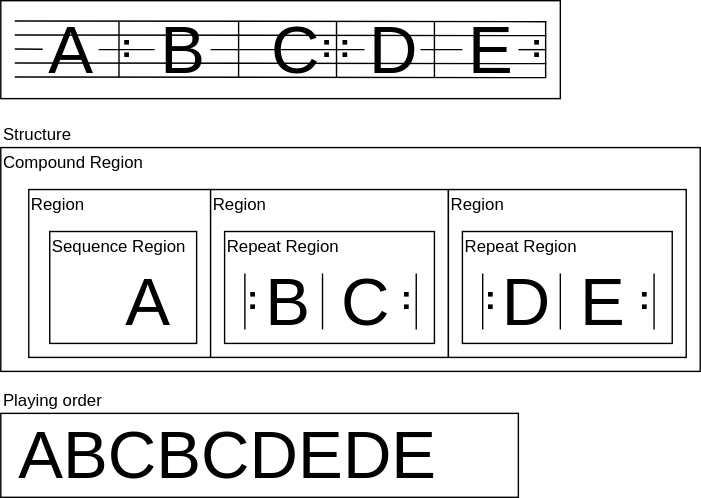
This is docs/repeat/example04.drawio.svg from ruimo/klavier-core, a draw.io export, as it was before one commit. Source tidied: cells renumbered, new cells last; positions are measured from the earlier drawing's top-left corner, leaving out a move shared by most shapes.
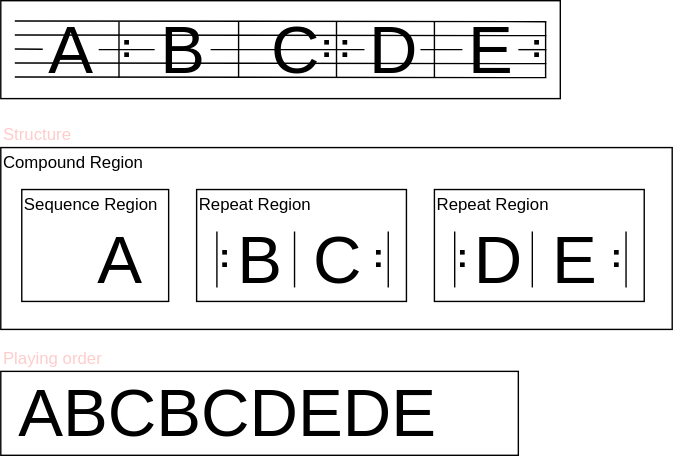
The same diagram one commit later.

Diff of the diagram source:
```diff
@@ -3,11 +3,8 @@
     <mxCell id="0" />
     <mxCell id="1" parent="0" />
     <mxCell id="2" style="rounded=0;whiteSpace=wrap;html=1;" parent="1" vertex="1">
-      <mxGeometry y="105" width="500" height="160" as="geometry" />
+      <mxGeometry y="105" width="480" height="130" as="geometry" />
     </mxCell>
-    <mxCell id="3" style="rounded=0;whiteSpace=wrap;html=1;" parent="1" vertex="1">
-      <mxGeometry x="20" y="135" width="130" height="120" as="geometry" />
-    </mxCell>
     <mxCell id="4" style="rounded=0;whiteSpace=wrap;html=1;" parent="1" vertex="1">
       <mxGeometry width="400" height="70" as="geometry" />
     </mxCell>
@@ -55,13 +52,13 @@
       </mxGeometry>
     </mxCell>
     <mxCell id="13" style="rounded=0;whiteSpace=wrap;html=1;" parent="1" vertex="1">
-      <mxGeometry x="35" y="165" width="105" height="80" as="geometry" />
+      <mxGeometry x="15" y="135" width="105" height="80" as="geometry" />
     </mxCell>
     <mxCell id="14" value="Sequence Region" style="text;html=1;strokeColor=none;fillColor=none;align=left;verticalAlign=middle;whiteSpace=wrap;rounded=0;" parent="1" vertex="1">
-      <mxGeometry x="35" y="165" width="105" height="20" as="geometry" />
+      <mxGeometry x="15" y="135" width="105" height="20" as="geometry" />
     </mxCell>
     <mxCell id="15" value="&lt;font style=&quot;font-size: 48px&quot;&gt;A&lt;/font&gt;" style="text;html=1;strokeColor=none;fillColor=none;align=center;verticalAlign=middle;whiteSpace=wrap;rounded=0;" parent="1" vertex="1">
-      <mxGeometry x="85" y="205" width="40" height="20" as="geometry" />
+      <mxGeometry x="65" y="175" width="40" height="20" as="geometry" />
     </mxCell>
     <mxCell id="16" value="&lt;font style=&quot;font-size: 48px&quot;&gt;B&lt;/font&gt;" style="text;html=1;strokeColor=none;fillColor=none;align=center;verticalAlign=middle;whiteSpace=wrap;rounded=0;" parent="1" vertex="1">
       <mxGeometry x="110" y="25" width="40" height="20" as="geometry" />
@@ -69,9 +66,6 @@
     <mxCell id="17" value="Compound Region" style="text;html=1;strokeColor=none;fillColor=none;align=left;verticalAlign=middle;whiteSpace=wrap;rounded=0;" parent="1" vertex="1">
       <mxGeometry y="105" width="200" height="20" as="geometry" />
     </mxCell>
-    <mxCell id="18" value="Region" style="text;html=1;strokeColor=none;fillColor=none;align=left;verticalAlign=middle;whiteSpace=wrap;rounded=0;" parent="1" vertex="1">
-      <mxGeometry x="20" y="135" width="150" height="20" as="geometry" />
-    </mxCell>
     <mxCell id="19" value="&lt;font style=&quot;font-size: 48px&quot;&gt;C&lt;/font&gt;" style="text;html=1;strokeColor=none;fillColor=none;align=center;verticalAlign=middle;whiteSpace=wrap;rounded=0;" parent="1" vertex="1">
       <mxGeometry x="190" y="25" width="40" height="20" as="geometry" />
     </mxCell>
@@ -81,23 +75,17 @@
         <mxPoint x="310" y="15" as="targetPoint" />
       </mxGeometry>
     </mxCell>
-    <mxCell id="21" style="rounded=0;whiteSpace=wrap;html=1;" parent="1" vertex="1">
-      <mxGeometry x="150" y="135" width="170" height="120" as="geometry" />
-    </mxCell>
     <mxCell id="22" style="rounded=0;whiteSpace=wrap;html=1;" parent="1" vertex="1">
-      <mxGeometry x="160" y="165" width="150" height="80" as="geometry" />
+      <mxGeometry x="140" y="135" width="150" height="80" as="geometry" />
     </mxCell>
     <mxCell id="23" value="&lt;font style=&quot;font-size: 48px&quot;&gt;B&lt;/font&gt;" style="text;html=1;strokeColor=none;fillColor=none;align=center;verticalAlign=middle;whiteSpace=wrap;rounded=0;" parent="1" vertex="1">
-      <mxGeometry x="185" y="205" width="40" height="20" as="geometry" />
+      <mxGeometry x="165" y="175" width="40" height="20" as="geometry" />
     </mxCell>
-    <mxCell id="24" value="Region" style="text;html=1;strokeColor=none;fillColor=none;align=left;verticalAlign=middle;whiteSpace=wrap;rounded=0;" parent="1" vertex="1">
-      <mxGeometry x="150" y="135" width="150" height="20" as="geometry" />
-    </mxCell>
     <mxCell id="25" value="Repeat Region" style="text;html=1;strokeColor=none;fillColor=none;align=left;verticalAlign=middle;whiteSpace=wrap;rounded=0;" parent="1" vertex="1">
-      <mxGeometry x="160" y="165" width="105" height="20" as="geometry" />
+      <mxGeometry x="140" y="135" width="105" height="20" as="geometry" />
     </mxCell>
     <mxCell id="26" style="group;" parent="1" vertex="1">
-      <mxGeometry x="160" y="195" width="40" height="40" as="geometry" />
+      <mxGeometry x="140" y="165" width="40" height="40" as="geometry" />
     </mxCell>
     <mxCell id="27" style="endArrow=none;html=1;" parent="26" edge="1">
       <mxGeometry relative="1" as="geometry">
@@ -125,12 +113,12 @@
     </mxCell>
     <mxCell id="33" style="endArrow=none;html=1;" parent="1" edge="1">
       <mxGeometry relative="1" as="geometry">
-        <mxPoint x="230" y="235" as="sourcePoint" />
-        <mxPoint x="230" y="195" as="targetPoint" />
+        <mxPoint x="210" y="205" as="sourcePoint" />
+        <mxPoint x="210" y="165" as="targetPoint" />
       </mxGeometry>
     </mxCell>
     <mxCell id="34" value="&lt;span style=&quot;font-size: 48px&quot;&gt;C&lt;/span&gt;" style="text;html=1;strokeColor=none;fillColor=none;align=center;verticalAlign=middle;whiteSpace=wrap;rounded=0;" parent="1" vertex="1">
-      <mxGeometry x="240" y="205" width="40" height="20" as="geometry" />
+      <mxGeometry x="220" y="175" width="40" height="20" as="geometry" />
     </mxCell>
     <mxCell id="35" style="group;" parent="1" vertex="1">
       <mxGeometry x="213" y="15" width="40" height="40" as="geometry" />
@@ -154,7 +142,7 @@
       <mxGeometry y="7" width="40" height="20" as="geometry" />
     </mxCell>
     <mxCell id="41" style="group;" parent="1" vertex="1">
-      <mxGeometry x="270" y="195" width="40" height="40" as="geometry" />
+      <mxGeometry x="250" y="165" width="40" height="40" as="geometry" />
     </mxCell>
     <mxCell id="42" style="group;" parent="41" vertex="1">
       <mxGeometry width="40" height="40" as="geometry" />
@@ -195,23 +183,17 @@
     <mxCell id="52" value="&lt;font style=&quot;font-size: 24px&quot;&gt;&lt;b&gt;:&lt;/b&gt;&lt;/font&gt;" style="text;html=1;strokeColor=none;fillColor=none;align=center;verticalAlign=middle;whiteSpace=wrap;rounded=0;rotation=0;" parent="50" vertex="1">
       <mxGeometry y="7" width="40" height="20" as="geometry" />
     </mxCell>
-    <mxCell id="53" style="rounded=0;whiteSpace=wrap;html=1;" parent="1" vertex="1">
-      <mxGeometry x="320" y="135" width="170" height="120" as="geometry" />
-    </mxCell>
     <mxCell id="54" style="rounded=0;whiteSpace=wrap;html=1;" parent="1" vertex="1">
-      <mxGeometry x="330" y="165" width="150" height="80" as="geometry" />
+      <mxGeometry x="310" y="135" width="150" height="80" as="geometry" />
     </mxCell>
     <mxCell id="55" value="&lt;font style=&quot;font-size: 48px&quot;&gt;D&lt;/font&gt;" style="text;html=1;strokeColor=none;fillColor=none;align=center;verticalAlign=middle;whiteSpace=wrap;rounded=0;" parent="1" vertex="1">
-      <mxGeometry x="355" y="205" width="40" height="20" as="geometry" />
+      <mxGeometry x="335" y="175" width="40" height="20" as="geometry" />
     </mxCell>
-    <mxCell id="56" value="Region" style="text;html=1;strokeColor=none;fillColor=none;align=left;verticalAlign=middle;whiteSpace=wrap;rounded=0;" parent="1" vertex="1">
-      <mxGeometry x="320" y="135" width="150" height="20" as="geometry" />
-    </mxCell>
     <mxCell id="57" value="Repeat Region" style="text;html=1;strokeColor=none;fillColor=none;align=left;verticalAlign=middle;whiteSpace=wrap;rounded=0;" parent="1" vertex="1">
-      <mxGeometry x="330" y="165" width="105" height="20" as="geometry" />
+      <mxGeometry x="310" y="135" width="105" height="20" as="geometry" />
     </mxCell>
     <mxCell id="58" style="group;" parent="1" vertex="1">
-      <mxGeometry x="330" y="195" width="40" height="40" as="geometry" />
+      <mxGeometry x="310" y="165" width="40" height="40" as="geometry" />
     </mxCell>
     <mxCell id="59" style="endArrow=none;html=1;" parent="58" edge="1">
       <mxGeometry relative="1" as="geometry">
@@ -224,15 +206,15 @@
     </mxCell>
     <mxCell id="61" style="endArrow=none;html=1;" parent="1" edge="1">
       <mxGeometry relative="1" as="geometry">
-        <mxPoint x="400" y="235" as="sourcePoint" />
-        <mxPoint x="400" y="195" as="targetPoint" />
+        <mxPoint x="380" y="205" as="sourcePoint" />
+        <mxPoint x="380" y="165" as="targetPoint" />
       </mxGeometry>
     </mxCell>
     <mxCell id="62" value="&lt;span style=&quot;font-size: 48px&quot;&gt;E&lt;/span&gt;" style="text;html=1;strokeColor=none;fillColor=none;align=center;verticalAlign=middle;whiteSpace=wrap;rounded=0;" parent="1" vertex="1">
-      <mxGeometry x="410" y="205" width="40" height="20" as="geometry" />
+      <mxGeometry x="390" y="175" width="40" height="20" as="geometry" />
     </mxCell>
     <mxCell id="63" style="group;" parent="1" vertex="1">
-      <mxGeometry x="440" y="195" width="40" height="40" as="geometry" />
+      <mxGeometry x="420" y="165" width="40" height="40" as="geometry" />
     </mxCell>
     <mxCell id="64" style="group;" parent="63" vertex="1">
       <mxGeometry width="40" height="40" as="geometry" />
@@ -253,16 +235,16 @@
       <mxGeometry x="225.5" y="22" width="40" height="20" as="geometry" />
     </mxCell>
     <mxCell id="69" style="rounded=0;whiteSpace=wrap;html=1;" parent="1" vertex="1">
-      <mxGeometry y="295" width="370" height="60" as="geometry" />
+      <mxGeometry y="265" width="370" height="60" as="geometry" />
     </mxCell>
     <mxCell id="70" value="&lt;font style=&quot;font-size: 48px&quot;&gt;ABCBCDEDE&lt;/font&gt;" style="text;html=1;strokeColor=none;fillColor=none;align=left;verticalAlign=middle;whiteSpace=wrap;rounded=0;" parent="1" vertex="1">
-      <mxGeometry x="11" y="315" width="40" height="20" as="geometry" />
+      <mxGeometry x="11" y="285" width="40" height="20" as="geometry" />
     </mxCell>
-    <mxCell id="71" value="Structure" style="text;html=1;strokeColor=none;fillColor=none;align=left;verticalAlign=middle;whiteSpace=wrap;rounded=0;" parent="1" vertex="1">
+    <mxCell id="71" value="Structure" style="text;html=1;strokeColor=none;fillColor=none;align=left;verticalAlign=middle;whiteSpace=wrap;rounded=0;fontColor=#FFCCCC;" parent="1" vertex="1">
       <mxGeometry y="85" width="140" height="20" as="geometry" />
     </mxCell>
-    <mxCell id="72" value="Playing order" style="text;html=1;strokeColor=none;fillColor=none;align=left;verticalAlign=middle;whiteSpace=wrap;rounded=0;" parent="1" vertex="1">
-      <mxGeometry y="275" width="140" height="20" as="geometry" />
+    <mxCell id="72" value="Playing order" style="text;html=1;strokeColor=none;fillColor=none;align=left;verticalAlign=middle;whiteSpace=wrap;rounded=0;fontColor=#FFCCCC;" parent="1" vertex="1">
+      <mxGeometry y="245" width="140" height="20" as="geometry" />
     </mxCell>
   </root>
 </mxGraphModel>
```
